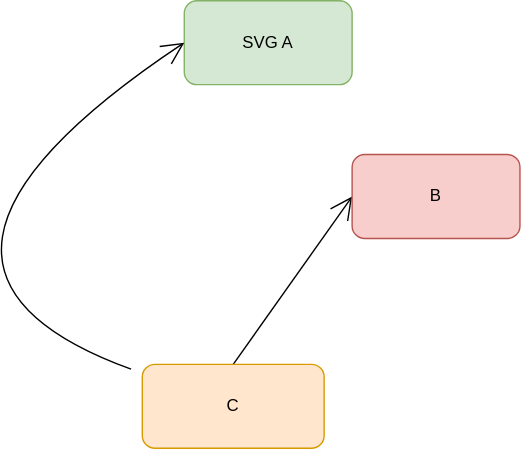
Before: Test Embedding.drawio.svg, a diagram exported from draw.io (philip-gai/github-drawio-demo). Source tidied: cells renumbered, new cells last; positions are measured from the earlier drawing's top-left corner, leaving out a move shared by most shapes.
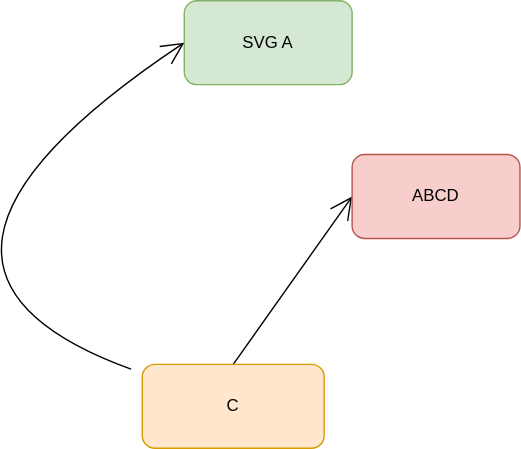
After the commit.

The edit, as a diff of the source:
```diff
@@ -18,7 +18,7 @@
     <mxCell id="5" value="C" style="rounded=1;whiteSpace=wrap;html=1;fillColor=#ffe6cc;strokeColor=#d79b00;" parent="1" vertex="1">
       <mxGeometry x="210" y="260" width="130" height="60" as="geometry" />
     </mxCell>
-    <mxCell id="6" value="B" style="rounded=1;whiteSpace=wrap;html=1;fillColor=#f8cecc;strokeColor=#b85450;" parent="1" vertex="1">
+    <mxCell id="6" value="ABCD" style="rounded=1;whiteSpace=wrap;html=1;fillColor=#f8cecc;strokeColor=#b85450;" parent="1" vertex="1">
       <mxGeometry x="360" y="110" width="120" height="60" as="geometry" />
     </mxCell>
   </root>
```
